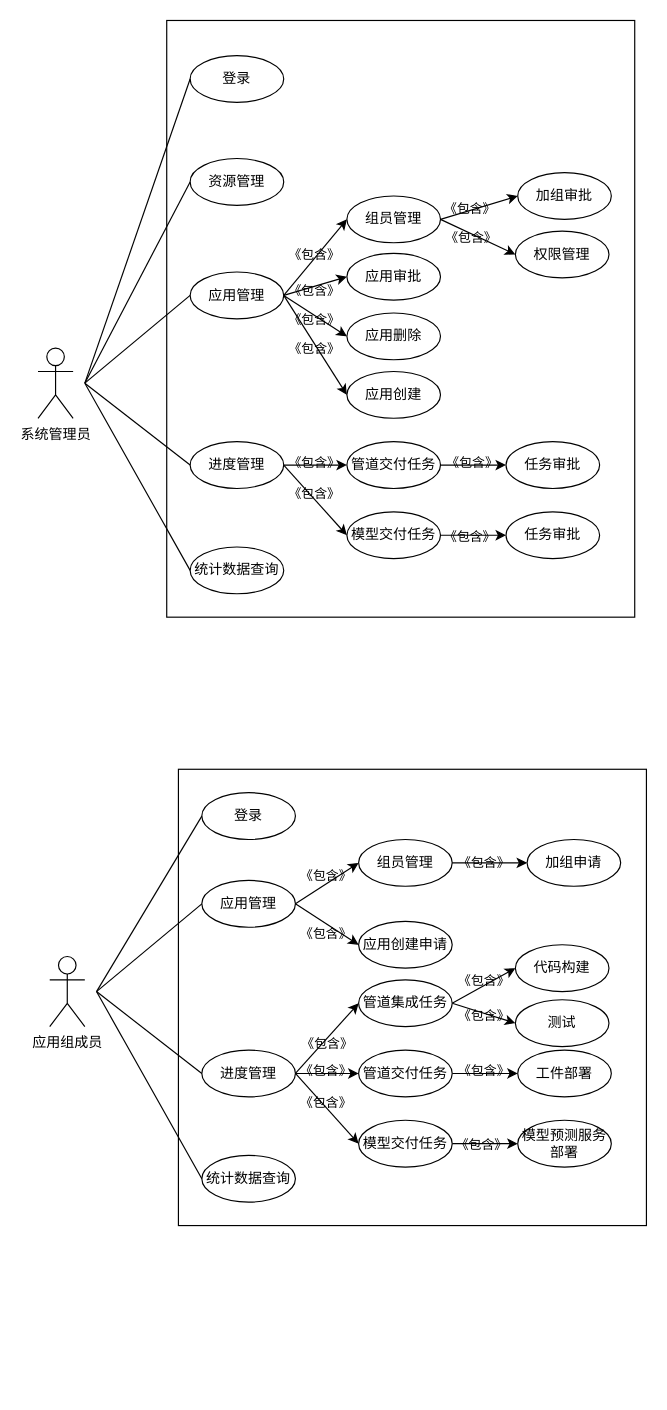
This is 用例图2.drawio from Sequin-hdd/COINFO, a draw.io file, before an edit. Source tidied: cells renumbered, new cells numbered last; positions are measured from the earlier drawing's top-left corner, leaving out a move shared by most shapes. Both pictures are drawn from the tidied source at 117%, with x=0, y=0 at pixel (37, 20).
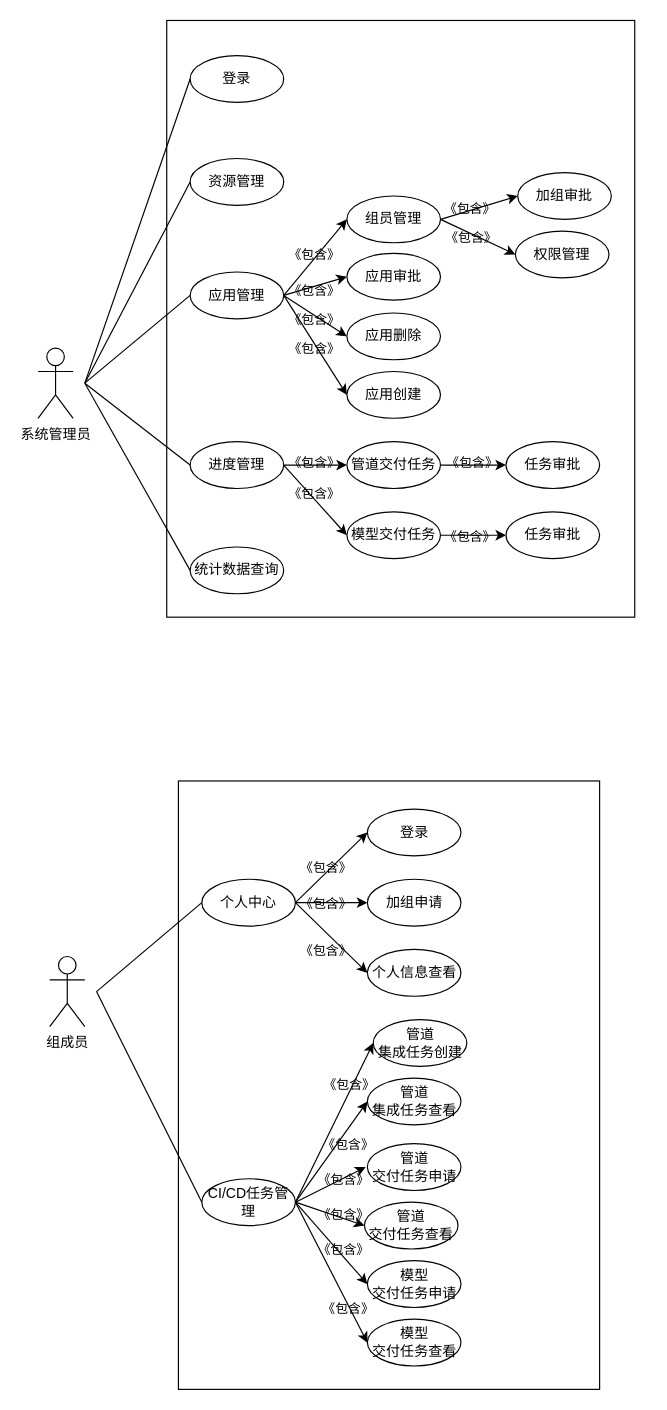
The same diagram, later.

Commit message:
更新用例图2.drawio

Change to the diagram source:
```diff
@@
-    <mxCell id="2" value="应用组成员" style="shape=umlActor;verticalLabelPosition=bottom;verticalAlign=top;html=1;labelBackgroundColor=none;" parent="1" vertex="1">
+    <mxCell id="2" value="组成员" style="shape=umlActor;verticalLabelPosition=bottom;verticalAlign=top;html=1;labelBackgroundColor=none;" parent="1" vertex="1">
       <mxGeometry x="10" y="800" width="30" height="60" as="geometry" />
     </mxCell>
     <mxCell id="3" style="whiteSpace=wrap;html=1;labelBackgroundColor=none;" parent="1" vertex="1">
-      <mxGeometry x="120" y="640" width="400" height="390" as="geometry" />
+      <mxGeometry x="120" y="650" width="360" height="520" as="geometry" />
     </mxCell>
+    <mxCell id="84" style="rounded=0;jettySize=auto;html=1;exitX=1;exitY=0.5;exitDx=0;exitDy=0;entryX=0;entryY=0.5;entryDx=0;entryDy=0;" parent="1" edge="1" source="4" target="9">
+      <mxGeometry relative="1" as="geometry" />
+    </mxCell>
-    <mxCell id="4" value="应用管理" style="ellipse;whiteSpace=wrap;html=1;" parent="1" vertex="1">
-      <mxGeometry x="140" y="735" width="80" height="40" as="geometry" />
+    <mxCell id="4" value="个人中心" style="ellipse;whiteSpace=wrap;html=1;" parent="1" vertex="1">
+      <mxGeometry x="140" y="734" width="80" height="40" as="geometry" />
     </mxCell>
-    <mxCell id="5" value="组员管理" style="ellipse;whiteSpace=wrap;html=1;" parent="1" vertex="1">
-      <mxGeometry x="274" y="700" width="80" height="40" as="geometry" />
+    <mxCell id="5" value="&lt;span&gt;加组申请&lt;/span&gt;" style="ellipse;whiteSpace=wrap;html=1;" parent="1" vertex="1">
+      <mxGeometry x="281.5" y="734" width="80" height="40" as="geometry" />
     </mxCell>
-    <mxCell id="6" value="统计数据查询" style="ellipse;whiteSpace=wrap;html=1;" parent="1" vertex="1">
-      <mxGeometry x="140" y="970" width="80" height="40" as="geometry" />
-    </mxCell>
-    <mxCell id="7" value="加组申请" style="ellipse;whiteSpace=wrap;html=1;" parent="1" vertex="1">
-      <mxGeometry x="418" y="700" width="80" height="40" as="geometry" />
-    </mxCell>
-    <mxCell id="8" value="应用创建申请" style="ellipse;whiteSpace=wrap;html=1;" parent="1" vertex="1">
-      <mxGeometry x="274" y="770" width="80" height="40" as="geometry" />
+    <mxCell id="8" value="个人信息查看" style="ellipse;whiteSpace=wrap;html=1;" parent="1" vertex="1">
+      <mxGeometry x="281.5" y="794" width="80" height="40" as="geometry" />
     </mxCell>
     <mxCell id="9" value="登录" style="ellipse;whiteSpace=wrap;html=1;" parent="1" vertex="1">
-      <mxGeometry x="140" y="660" width="80" height="40" as="geometry" />
+      <mxGeometry x="281.5" y="674" width="80" height="40" as="geometry" />
     </mxCell>
@@
+    <mxCell id="85" style="edgeStyle=none;rounded=0;jettySize=auto;html=1;exitX=1;exitY=0.5;exitDx=0;exitDy=0;entryX=0;entryY=0.5;entryDx=0;entryDy=0;" parent="1" edge="1" source="11" target="88">
+      <mxGeometry relative="1" as="geometry" />
+    </mxCell>
-    <mxCell id="11" value="进度管理" style="ellipse;whiteSpace=wrap;html=1;" parent="1" vertex="1">
-      <mxGeometry x="140" y="880" width="80" height="40" as="geometry" />
+    <mxCell id="11" value="CI/CD任务管理" style="ellipse;whiteSpace=wrap;html=1;" parent="1" vertex="1">
+      <mxGeometry x="140" y="990" width="80" height="40" as="geometry" />
     </mxCell>
-    <mxCell id="12" style="edgeStyle=none;rounded=0;jettySize=auto;html=1;exitX=1;exitY=0.5;exitDx=0;exitDy=0;entryX=0;entryY=0.5;entryDx=0;entryDy=0;" parent="1" edge="1" source="13" target="36">
-      <mxGeometry relative="1" as="geometry" />
-    </mxCell>
-    <mxCell id="13" value="管道交付任务" style="ellipse;whiteSpace=wrap;html=1;" parent="1" vertex="1">
-      <mxGeometry x="274" y="880" width="80" height="40" as="geometry" />
+    <mxCell id="13" value="模型&lt;br&gt;交付任务申请" style="ellipse;whiteSpace=wrap;html=1;" parent="1" vertex="1">
+      <mxGeometry x="281.5" y="1060" width="80" height="40" as="geometry" />
     </mxCell>
-    <mxCell id="14" style="edgeStyle=none;rounded=0;jettySize=auto;html=1;exitX=1;exitY=0.5;exitDx=0;exitDy=0;entryX=0;entryY=0.5;entryDx=0;entryDy=0;" parent="1" edge="1" source="15" target="40">
-      <mxGeometry relative="1" as="geometry" />
-    </mxCell>
-    <mxCell id="15" value="模型交付任务" style="ellipse;whiteSpace=wrap;html=1;" parent="1" vertex="1">
-      <mxGeometry x="274" y="940" width="80" height="40" as="geometry" />
+    <mxCell id="15" value="模型&lt;br&gt;交付任务查看" style="ellipse;whiteSpace=wrap;html=1;" parent="1" vertex="1">
+      <mxGeometry x="281.5" y="1110" width="80" height="40" as="geometry" />
     </mxCell>
-    <mxCell id="16" style="endArrow=none;html=1;entryX=0;entryY=0.5;entryDx=0;entryDy=0;" parent="1" edge="1" target="9">
-      <mxGeometry relative="1" as="geometry">
-        <mxPoint x="50" y="830" as="sourcePoint" />
-      </mxGeometry>
-    </mxCell>
@@
-    <mxCell id="19" style="endArrow=none;html=1;exitX=0;exitY=0.5;exitDx=0;exitDy=0;" parent="1" edge="1" source="6">
-      <mxGeometry relative="1" as="geometry">
-        <mxPoint x="50" y="830" as="targetPoint" />
-      </mxGeometry>
-    </mxCell>
@@
-    <mxCell id="22" style="endArrow=classic;html=1;entryX=0;entryY=0.5;entryDx=0;entryDy=0;" parent="1" edge="1" target="13">
-      <mxGeometry relative="1" as="geometry">
-        <mxPoint x="220.3" y="900" as="sourcePoint" />
-      </mxGeometry>
+    <mxCell id="22" style="endArrow=classic;html=1;entryX=0;entryY=0.5;entryDx=0;entryDy=0;exitX=1;exitY=0.5;exitDx=0;exitDy=0;" parent="1" edge="1" source="11" target="13">
+      <mxGeometry relative="1" as="geometry" />
     </mxCell>
-    <mxCell id="23" style="endArrow=classic;html=1;entryX=0;entryY=0.5;entryDx=0;entryDy=0;" parent="1" edge="1" target="15">
-      <mxGeometry relative="1" as="geometry">
-        <mxPoint x="220" y="900" as="sourcePoint" />
-      </mxGeometry>
+    <mxCell id="23" style="endArrow=classic;html=1;entryX=0;entryY=0.5;entryDx=0;entryDy=0;exitX=1;exitY=0.5;exitDx=0;exitDy=0;" parent="1" edge="1" source="11" target="15">
+      <mxGeometry relative="1" as="geometry" />
     </mxCell>
-    <mxCell id="24" style="endArrow=classic;html=1;entryX=0;entryY=0.5;entryDx=0;entryDy=0;exitX=1;exitY=0.5;exitDx=0;exitDy=0;" parent="1" edge="1" source="5" target="7">
-      <mxGeometry relative="1" as="geometry" />
-    </mxCell>
     <mxCell id="25" value="《包含》" style="edgeLabel;html=1;align=center;verticalAlign=middle;labelBackgroundColor=none;" parent="1" vertex="1">
-      <mxGeometry x="245.3" y="730" as="geometry" />
+      <mxGeometry x="245.3" y="754" as="geometry" />
     </mxCell>
     <mxCell id="26" value="《包含》" style="edgeLabel;html=1;align=center;verticalAlign=middle;labelBackgroundColor=none;" parent="1" vertex="1">
-      <mxGeometry x="245.3" y="780" as="geometry" />
+      <mxGeometry x="245.3" y="794" as="geometry" />
     </mxCell>
     <mxCell id="27" value="《包含》" style="edgeLabel;html=1;align=center;verticalAlign=middle;labelBackgroundColor=none;" parent="1" vertex="1">
-      <mxGeometry x="380" y="719" as="geometry" />
+      <mxGeometry x="245.3" y="723" as="geometry" />
     </mxCell>
     <mxCell id="28" value="《包含》" style="edgeLabel;html=1;align=center;verticalAlign=middle;labelBackgroundColor=none;" parent="1" vertex="1">
-      <mxGeometry x="245.3" y="897" as="geometry" />
+      <mxGeometry x="260" y="990" as="geometry" />
     </mxCell>
     <mxCell id="29" value="《包含》" style="edgeLabel;html=1;align=center;verticalAlign=middle;labelBackgroundColor=none;" parent="1" vertex="1">
-      <mxGeometry x="245.3" y="924" as="geometry" />
+      <mxGeometry x="260" y="1020" as="geometry" />
     </mxCell>
-    <mxCell id="30" style="edgeStyle=none;rounded=0;jettySize=auto;html=1;exitX=1;exitY=0.5;exitDx=0;exitDy=0;entryX=0;entryY=0.5;entryDx=0;entryDy=0;" parent="1" edge="1" source="32" target="34">
-      <mxGeometry relative="1" as="geometry" />
-    </mxCell>
-    <mxCell id="31" style="edgeStyle=none;rounded=0;jettySize=auto;html=1;exitX=1;exitY=0.5;exitDx=0;exitDy=0;entryX=0;entryY=0.5;entryDx=0;entryDy=0;" parent="1" edge="1" source="32" target="35">
-      <mxGeometry relative="1" as="geometry" />
-    </mxCell>
-    <mxCell id="32" value="管道集成任务" style="ellipse;whiteSpace=wrap;html=1;" parent="1" vertex="1">
-      <mxGeometry x="274" y="820" width="80" height="40" as="geometry" />
+    <mxCell id="32" value="管道&lt;br&gt;集成任务创建" style="ellipse;whiteSpace=wrap;html=1;" parent="1" vertex="1">
+      <mxGeometry x="286.5" y="854" width="80" height="40" as="geometry" />
     </mxCell>
     <mxCell id="33" value="《包含》" style="edgeLabel;html=1;align=center;verticalAlign=middle;labelBackgroundColor=none;" parent="1" vertex="1">
-      <mxGeometry x="246.3" y="874" as="geometry" />
+      <mxGeometry x="265" y="909" as="geometry" />
     </mxCell>
-    <mxCell id="34" value="代码构建" style="ellipse;whiteSpace=wrap;html=1;" parent="1" vertex="1">
-      <mxGeometry x="408" y="790" width="80" height="40" as="geometry" />
-    </mxCell>
-    <mxCell id="35" value="测试" style="ellipse;whiteSpace=wrap;html=1;" parent="1" vertex="1">
-      <mxGeometry x="408" y="837" width="80" height="40" as="geometry" />
-    </mxCell>
-    <mxCell id="36" value="工件部署" style="ellipse;whiteSpace=wrap;html=1;" parent="1" vertex="1">
-      <mxGeometry x="410" y="880" width="80" height="40" as="geometry" />
-    </mxCell>
-    <mxCell id="37" value="《包含》" style="edgeLabel;html=1;align=center;verticalAlign=middle;labelBackgroundColor=none;" parent="1" vertex="1">
-      <mxGeometry x="380" y="820" as="geometry" />
-    </mxCell>
-    <mxCell id="38" value="《包含》" style="edgeLabel;html=1;align=center;verticalAlign=middle;labelBackgroundColor=none;" parent="1" vertex="1">
-      <mxGeometry x="380" y="850" as="geometry" />
-    </mxCell>
     <mxCell id="39" value="《包含》" style="edgeLabel;html=1;align=center;verticalAlign=middle;labelBackgroundColor=none;" parent="1" vertex="1">
-      <mxGeometry x="380" y="897" as="geometry" />
+      <mxGeometry x="260" y="1050" as="geometry" />
     </mxCell>
-    <mxCell id="40" value="模型预测服务部署" style="ellipse;whiteSpace=wrap;html=1;" parent="1" vertex="1">
-      <mxGeometry x="410" y="940" width="80" height="40" as="geometry" />
-    </mxCell>
     <mxCell id="41" value="《包含》" style="edgeLabel;html=1;align=center;verticalAlign=middle;labelBackgroundColor=none;" parent="1" vertex="1">
-      <mxGeometry x="378" y="960" as="geometry" />
+      <mxGeometry x="264" y="1100" as="geometry" />
     </mxCell>
@@
+    <mxCell id="86" value="管道&lt;br&gt;集成任务查看" style="ellipse;whiteSpace=wrap;html=1;" parent="1" vertex="1">
+      <mxGeometry x="281.5" y="904" width="80" height="40" as="geometry" />
+    </mxCell>
+    <mxCell id="87" value="管道&lt;br&gt;交付任务申请" style="ellipse;whiteSpace=wrap;html=1;" parent="1" vertex="1">
+      <mxGeometry x="281.5" y="960" width="80" height="40" as="geometry" />
+    </mxCell>
+    <mxCell id="88" value="管道&lt;br&gt;交付任务查看" style="ellipse;whiteSpace=wrap;html=1;" parent="1" vertex="1">
+      <mxGeometry x="279" y="1010" width="80" height="40" as="geometry" />
+    </mxCell>
+    <mxCell id="89" style="endArrow=classic;html=1;exitX=1;exitY=0.5;exitDx=0;exitDy=0;" parent="1" edge="1" source="11">
+      <mxGeometry relative="1" as="geometry">
+        <mxPoint x="280" y="980" as="targetPoint" />
+      </mxGeometry>
+    </mxCell>
+    <mxCell id="90" style="endArrow=classic;html=1;exitX=1;exitY=0.5;exitDx=0;exitDy=0;entryX=0;entryY=0.5;entryDx=0;entryDy=0;" parent="1" edge="1" source="11" target="86">
+      <mxGeometry relative="1" as="geometry" />
+    </mxCell>
+    <mxCell id="91" value="《包含》" style="edgeLabel;html=1;align=center;verticalAlign=middle;labelBackgroundColor=none;" parent="1" vertex="1">
+      <mxGeometry x="264" y="960" as="geometry" />
+    </mxCell>
```
